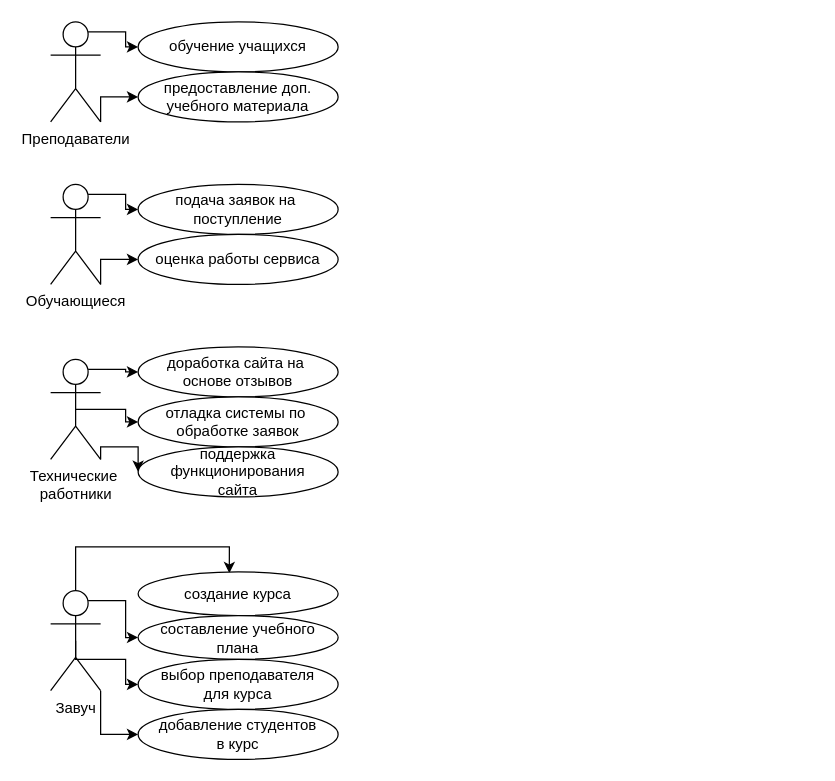
Earlier version of the draw.io diagram use case.drawio (JKtheeone/Online-School). Source tidied: cells renumbered, new cells numbered last; positions are measured from the earlier drawing's top-left corner, leaving out a move shared by most shapes. Both pictures are drawn from the tidied source at 125%, with x=0, y=0 at pixel (50, 21).
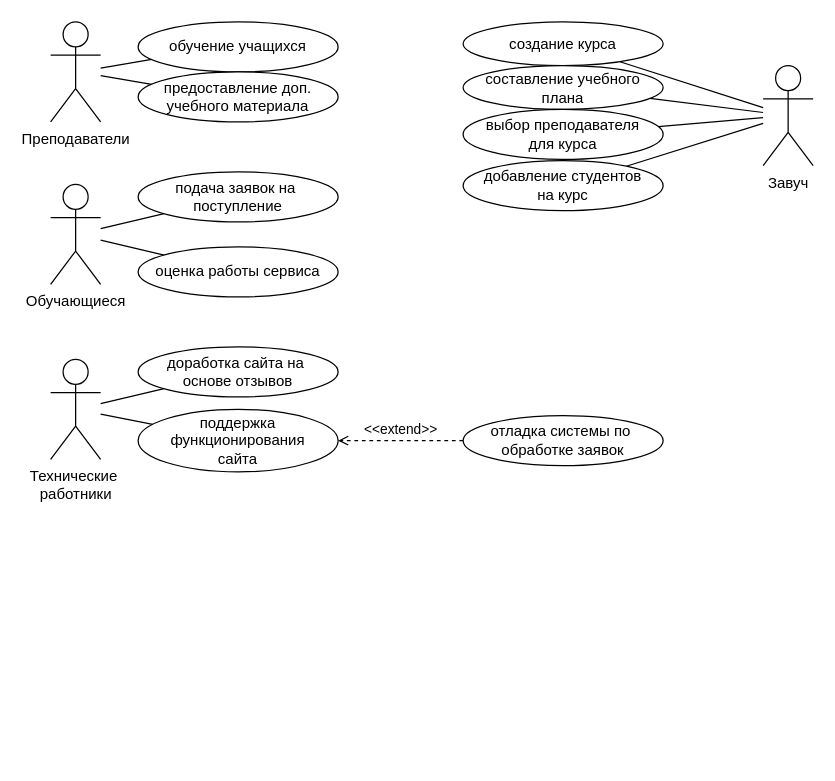
Above is the later version.

Unchanged cells that the change refers to:
```xml
<mxCell id="4" value="Преподаватели" style="shape=umlActor;verticalLabelPosition=bottom;verticalAlign=top;html=1;outlineConnect=0;" parent="1" vertex="1">
  <mxGeometry width="40" height="80" as="geometry" />
</mxCell>
<mxCell id="7" value="Обучающиеся" style="shape=umlActor;verticalLabelPosition=bottom;verticalAlign=top;html=1;outlineConnect=0;" parent="1" vertex="1">
  <mxGeometry y="130" width="40" height="80" as="geometry" />
</mxCell>
<mxCell id="11" value="Технические&amp;nbsp;&lt;br&gt;работники" style="shape=umlActor;verticalLabelPosition=bottom;verticalAlign=top;html=1;outlineConnect=0;" parent="1" vertex="1">
  <mxGeometry y="270" width="40" height="80" as="geometry" />
</mxCell>
<mxCell id="17" value="обучение учащихся" style="ellipse;whiteSpace=wrap;html=1;" parent="1" vertex="1">
  <mxGeometry x="70" width="160" height="40" as="geometry" />
</mxCell>
<mxCell id="18" value="предоставление доп.&lt;br&gt;учебного материала" style="ellipse;whiteSpace=wrap;html=1;" parent="1" vertex="1">
  <mxGeometry x="70" y="40" width="160" height="40" as="geometry" />
</mxCell>
<mxCell id="21" value="доработка сайта на&amp;nbsp;&lt;br&gt;основе отзывов" style="ellipse;whiteSpace=wrap;html=1;" parent="1" vertex="1">
  <mxGeometry x="70" y="260" width="160" height="40" as="geometry" />
</mxCell>
```

Change to the diagram source:
```diff
@@
-    <mxCell id="2" style="edgeStyle=orthogonalEdgeStyle;rounded=0;jettySize=auto;html=1;exitX=0.75;exitY=0.1;exitDx=0;exitDy=0;exitPerimeter=0;entryX=0;entryY=0.5;entryDx=0;entryDy=0;" parent="1" edge="1" source="4" target="17">
-      <mxGeometry relative="1" as="geometry" />
-    </mxCell>
-    <mxCell id="3" style="edgeStyle=orthogonalEdgeStyle;rounded=0;jettySize=auto;html=1;exitX=1;exitY=1;exitDx=0;exitDy=0;exitPerimeter=0;entryX=0;entryY=0.5;entryDx=0;entryDy=0;" parent="1" edge="1" source="4" target="18">
-      <mxGeometry relative="1" as="geometry">
-        <Array as="points">
-          <mxPoint x="40" y="60" />
-        </Array>
-      </mxGeometry>
-    </mxCell>
@@
-    <mxCell id="5" style="edgeStyle=orthogonalEdgeStyle;rounded=0;jettySize=auto;html=1;exitX=0.75;exitY=0.1;exitDx=0;exitDy=0;exitPerimeter=0;entryX=0;entryY=0.5;entryDx=0;entryDy=0;" parent="1" edge="1" source="7" target="19">
-      <mxGeometry relative="1" as="geometry" />
-    </mxCell>
-    <mxCell id="6" style="edgeStyle=orthogonalEdgeStyle;rounded=0;jettySize=auto;html=1;exitX=1;exitY=1;exitDx=0;exitDy=0;exitPerimeter=0;entryX=0;entryY=0.5;entryDx=0;entryDy=0;" parent="1" edge="1" source="7" target="20">
-      <mxGeometry relative="1" as="geometry">
-        <Array as="points">
-          <mxPoint x="40" y="190" />
-        </Array>
-      </mxGeometry>
-    </mxCell>
@@
-    <mxCell id="8" style="edgeStyle=orthogonalEdgeStyle;rounded=0;jettySize=auto;html=1;exitX=0.75;exitY=0.1;exitDx=0;exitDy=0;exitPerimeter=0;entryX=0;entryY=0.5;entryDx=0;entryDy=0;" parent="1" edge="1" source="11" target="21">
-      <mxGeometry relative="1" as="geometry" />
-    </mxCell>
-    <mxCell id="9" style="edgeStyle=orthogonalEdgeStyle;rounded=0;jettySize=auto;html=1;exitX=0.5;exitY=0.5;exitDx=0;exitDy=0;exitPerimeter=0;entryX=0;entryY=0.5;entryDx=0;entryDy=0;" parent="1" edge="1" source="11" target="22">
-      <mxGeometry relative="1" as="geometry" />
-    </mxCell>
-    <mxCell id="10" style="edgeStyle=orthogonalEdgeStyle;rounded=0;jettySize=auto;html=1;exitX=1;exitY=1;exitDx=0;exitDy=0;exitPerimeter=0;entryX=0;entryY=0.5;entryDx=0;entryDy=0;" parent="1" edge="1" source="11" target="23">
-      <mxGeometry relative="1" as="geometry">
-        <Array as="points">
-          <mxPoint x="40" y="340" />
-          <mxPoint x="70" y="340" />
-        </Array>
-      </mxGeometry>
-    </mxCell>
@@
-    <mxCell id="12" style="edgeStyle=orthogonalEdgeStyle;rounded=0;jettySize=auto;html=1;exitX=0.75;exitY=0.1;exitDx=0;exitDy=0;exitPerimeter=0;entryX=0.456;entryY=0.029;entryDx=0;entryDy=0;entryPerimeter=0;" parent="1" edge="1" source="16" target="24">
-      <mxGeometry relative="1" as="geometry">
-        <Array as="points">
-          <mxPoint x="20" y="463" />
-          <mxPoint x="20" y="420" />
-          <mxPoint x="143" y="420" />
-        </Array>
-      </mxGeometry>
+    <mxCell id="12" style="rounded=0;jettySize=auto;html=1;endArrow=none;endFill=0;" parent="1" edge="1" source="16" target="24">
+      <mxGeometry relative="1" as="geometry" />
     </mxCell>
-    <mxCell id="13" style="edgeStyle=orthogonalEdgeStyle;rounded=0;jettySize=auto;html=1;exitX=0.75;exitY=0.1;exitDx=0;exitDy=0;exitPerimeter=0;entryX=0;entryY=0.5;entryDx=0;entryDy=0;" parent="1" edge="1" source="16" target="25">
-      <mxGeometry relative="1" as="geometry" />
-    </mxCell>
-    <mxCell id="14" style="edgeStyle=orthogonalEdgeStyle;rounded=0;jettySize=auto;html=1;exitX=0.5;exitY=0.5;exitDx=0;exitDy=0;exitPerimeter=0;" parent="1" edge="1" source="16" target="26">
-      <mxGeometry relative="1" as="geometry">
-        <Array as="points">
-          <mxPoint x="20" y="510" />
-          <mxPoint x="60" y="510" />
-          <mxPoint x="60" y="530" />
-        </Array>
-      </mxGeometry>
-    </mxCell>
-    <mxCell id="15" style="edgeStyle=orthogonalEdgeStyle;rounded=0;jettySize=auto;html=1;exitX=1;exitY=1;exitDx=0;exitDy=0;exitPerimeter=0;entryX=0;entryY=0.5;entryDx=0;entryDy=0;" parent="1" edge="1" source="16" target="27">
-      <mxGeometry relative="1" as="geometry" />
-    </mxCell>
     <mxCell id="16" value="Завуч" style="shape=umlActor;verticalLabelPosition=bottom;verticalAlign=top;html=1;outlineConnect=0;" parent="1" vertex="1">
-      <mxGeometry y="455" width="40" height="80" as="geometry" />
+      <mxGeometry x="570" y="35" width="40" height="80" as="geometry" />
     </mxCell>
+    <mxCell id="28" style="edgeStyle=none;rounded=0;jettySize=auto;html=1;endArrow=none;endFill=0;" parent="1" edge="1" source="17" target="4">
+      <mxGeometry relative="1" as="geometry" />
+    </mxCell>
@@
+    <mxCell id="29" style="edgeStyle=none;rounded=0;jettySize=auto;html=1;endArrow=none;endFill=0;" parent="1" edge="1" source="18" target="4">
+      <mxGeometry relative="1" as="geometry" />
+    </mxCell>
@@
+    <mxCell id="30" style="edgeStyle=none;rounded=0;jettySize=auto;html=1;endArrow=none;endFill=0;" parent="1" edge="1" source="19" target="7">
+      <mxGeometry relative="1" as="geometry" />
+    </mxCell>
     <mxCell id="19" value="подача заявок на&amp;nbsp;&lt;br&gt;поступление" style="ellipse;whiteSpace=wrap;html=1;" parent="1" vertex="1">
-      <mxGeometry x="70" y="130" width="160" height="40" as="geometry" />
+      <mxGeometry x="70" y="120" width="160" height="40" as="geometry" />
     </mxCell>
+    <mxCell id="31" style="edgeStyle=none;rounded=0;jettySize=auto;html=1;endArrow=none;endFill=0;" parent="1" edge="1" source="20" target="7">
+      <mxGeometry relative="1" as="geometry" />
+    </mxCell>
     <mxCell id="20" value="оценка работы сервиса" style="ellipse;whiteSpace=wrap;html=1;" parent="1" vertex="1">
-      <mxGeometry x="70" y="170" width="160" height="40" as="geometry" />
+      <mxGeometry x="70" y="180" width="160" height="40" as="geometry" />
     </mxCell>
+    <mxCell id="32" style="edgeStyle=none;rounded=0;jettySize=auto;html=1;endArrow=none;endFill=0;" parent="1" edge="1" source="21" target="11">
+      <mxGeometry relative="1" as="geometry" />
+    </mxCell>
@@
     <mxCell id="22" value="отладка системы по&amp;nbsp;&lt;br&gt;обработке заявок" style="ellipse;whiteSpace=wrap;html=1;" parent="1" vertex="1">
-      <mxGeometry x="70" y="300" width="160" height="40" as="geometry" />
+      <mxGeometry x="330" y="315" width="160" height="40" as="geometry" />
     </mxCell>
+    <mxCell id="33" style="edgeStyle=none;rounded=0;jettySize=auto;html=1;endArrow=none;endFill=0;" parent="1" edge="1" source="23" target="11">
+      <mxGeometry relative="1" as="geometry" />
+    </mxCell>
     <mxCell id="23" value="поддержка функционирования&lt;br&gt;сайта" style="ellipse;whiteSpace=wrap;html=1;" parent="1" vertex="1">
-      <mxGeometry x="70" y="340" width="160" height="40" as="geometry" />
+      <mxGeometry x="70" y="310" width="160" height="50" as="geometry" />
     </mxCell>
     <mxCell id="24" value="создание курса" style="ellipse;whiteSpace=wrap;html=1;" parent="1" vertex="1">
-      <mxGeometry x="70" y="440" width="160" height="35" as="geometry" />
+      <mxGeometry x="330" width="160" height="35" as="geometry" />
     </mxCell>
+    <mxCell id="34" style="edgeStyle=none;rounded=0;jettySize=auto;html=1;endArrow=none;endFill=0;" parent="1" edge="1" source="25" target="16">
+      <mxGeometry relative="1" as="geometry" />
+    </mxCell>
     <mxCell id="25" value="составление учебного&lt;br&gt;плана" style="ellipse;whiteSpace=wrap;html=1;" parent="1" vertex="1">
-      <mxGeometry x="70" y="475" width="160" height="35" as="geometry" />
+      <mxGeometry x="330" y="35" width="160" height="35" as="geometry" />
     </mxCell>
+    <mxCell id="35" style="edgeStyle=none;rounded=0;jettySize=auto;html=1;endArrow=none;endFill=0;" parent="1" edge="1" source="26" target="16">
+      <mxGeometry relative="1" as="geometry" />
+    </mxCell>
     <mxCell id="26" value="выбор преподавателя&lt;br&gt;для курса" style="ellipse;whiteSpace=wrap;html=1;" parent="1" vertex="1">
-      <mxGeometry x="70" y="510" width="160" height="40" as="geometry" />
+      <mxGeometry x="330" y="70" width="160" height="40" as="geometry" />
     </mxCell>
+    <mxCell id="36" style="edgeStyle=none;rounded=0;jettySize=auto;html=1;endArrow=none;endFill=0;" parent="1" edge="1" source="27" target="16">
+      <mxGeometry relative="1" as="geometry" />
+    </mxCell>
-    <mxCell id="27" value="добавление студентов&lt;br&gt;в курс" style="ellipse;whiteSpace=wrap;html=1;" parent="1" vertex="1">
-      <mxGeometry x="70" y="550" width="160" height="40" as="geometry" />
+    <mxCell id="27" value="добавление студентов&lt;br&gt;на курс" style="ellipse;whiteSpace=wrap;html=1;" parent="1" vertex="1">
+      <mxGeometry x="330" y="111" width="160" height="40" as="geometry" />
     </mxCell>
+    <mxCell id="37" value="&amp;lt;&amp;lt;extend&amp;gt;&amp;gt;" style="html=1;verticalAlign=bottom;labelBackgroundColor=none;endArrow=open;endFill=0;dashed=1;" parent="1" edge="1" source="22" target="23">
+      <mxGeometry relative="1" as="geometry" />
+    </mxCell>
```
